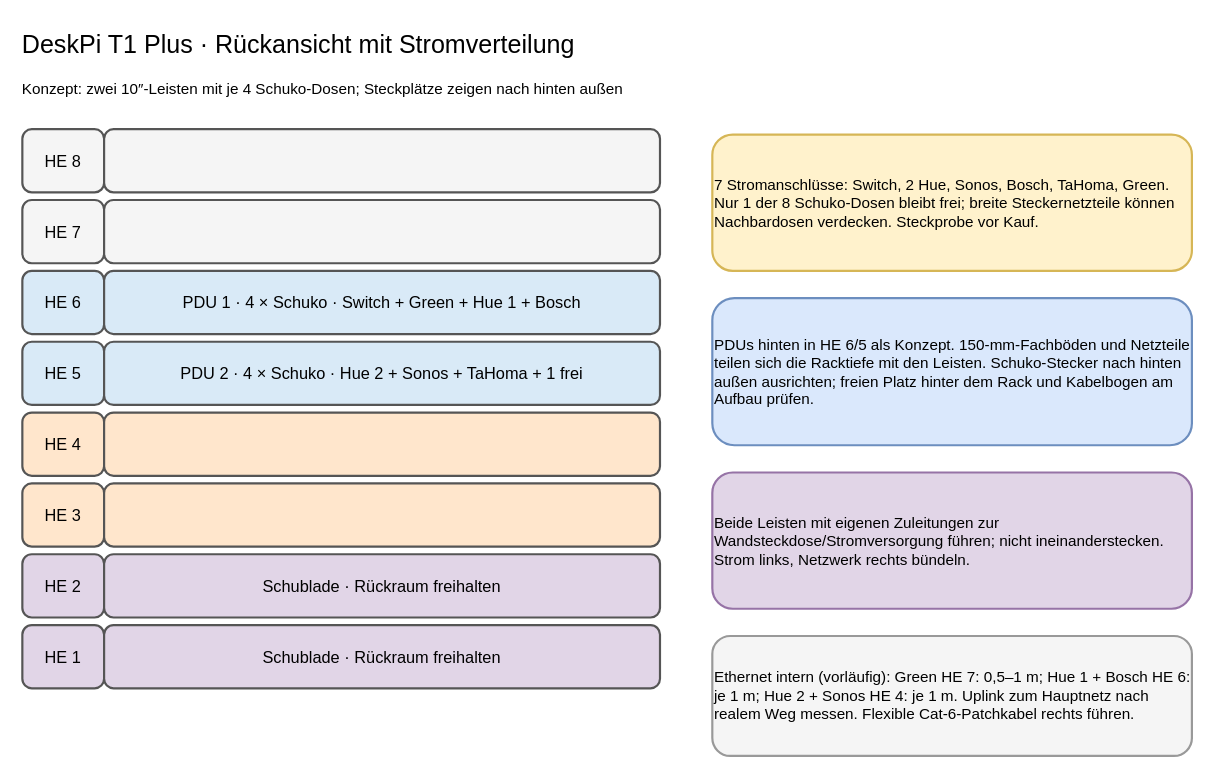
tiptronic/diagrams keeps this draw.io diagram as page "DeskPi 8 HE – Rückseite" (3 of 4) of 10-zoll-rack-planung.drawio. Above is the earlier version. Source tidied: cells renumbered, new cells numbered last; positions are measured from the earlier drawing's top-left corner, leaving out a move shared by most shapes. Both pictures are drawn from the tidied source at 109%, with x=0, y=0 at pixel (20, 20).
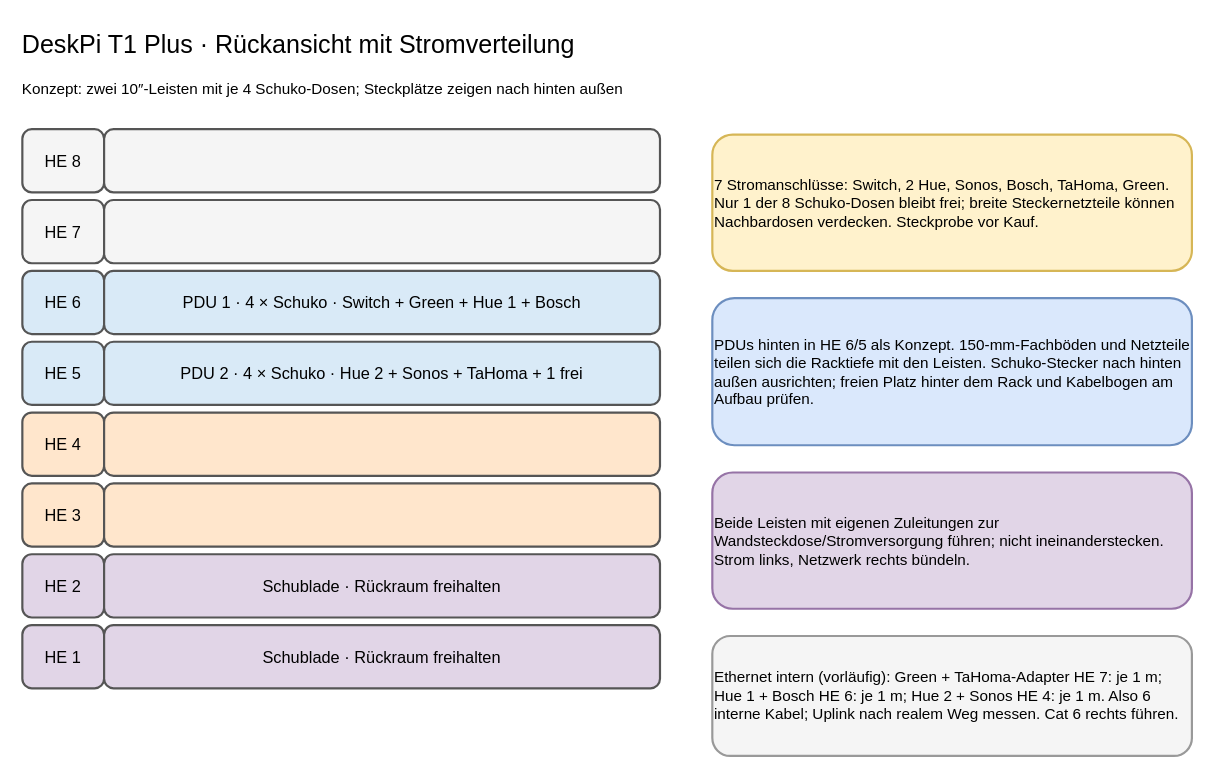
Above is the later version.

Commit message (it also covers changes not shown here):
Include TaHoma Ethernet adapter in rack plan

The edit, as a diff of the source:
```diff
@@
-    <mxCell id="23" value="Ethernet intern (vorläufig): Green HE 7: 0,5–1 m; Hue 1 + Bosch HE 6: je 1 m; Hue 2 + Sonos HE 4: je 1 m. Uplink zum Hauptnetz nach realem Weg messen. Flexible Cat-6-Patchkabel rechts führen." style="rounded=1;whiteSpace=wrap;html=1;align=left;verticalAlign=middle;strokeWidth=2;fontSize=14;fillColor=#f5f5f5;strokeColor=#999999;" parent="1" vertex="1">
+    <mxCell id="23" value="Ethernet intern (vorläufig): Green + TaHoma-Adapter HE 7: je 1 m; Hue 1 + Bosch HE 6: je 1 m; Hue 2 + Sonos HE 4: je 1 m. Also 6 interne Kabel; Uplink nach realem Weg messen. Cat 6 rechts führen." style="rounded=1;whiteSpace=wrap;html=1;align=left;verticalAlign=middle;strokeWidth=2;fontSize=14;fillColor=#f5f5f5;strokeColor=#999999;" parent="1" vertex="1">
       <mxGeometry x="635" y="565" width="440" height="110" as="geometry" />
     </mxCell>
```
